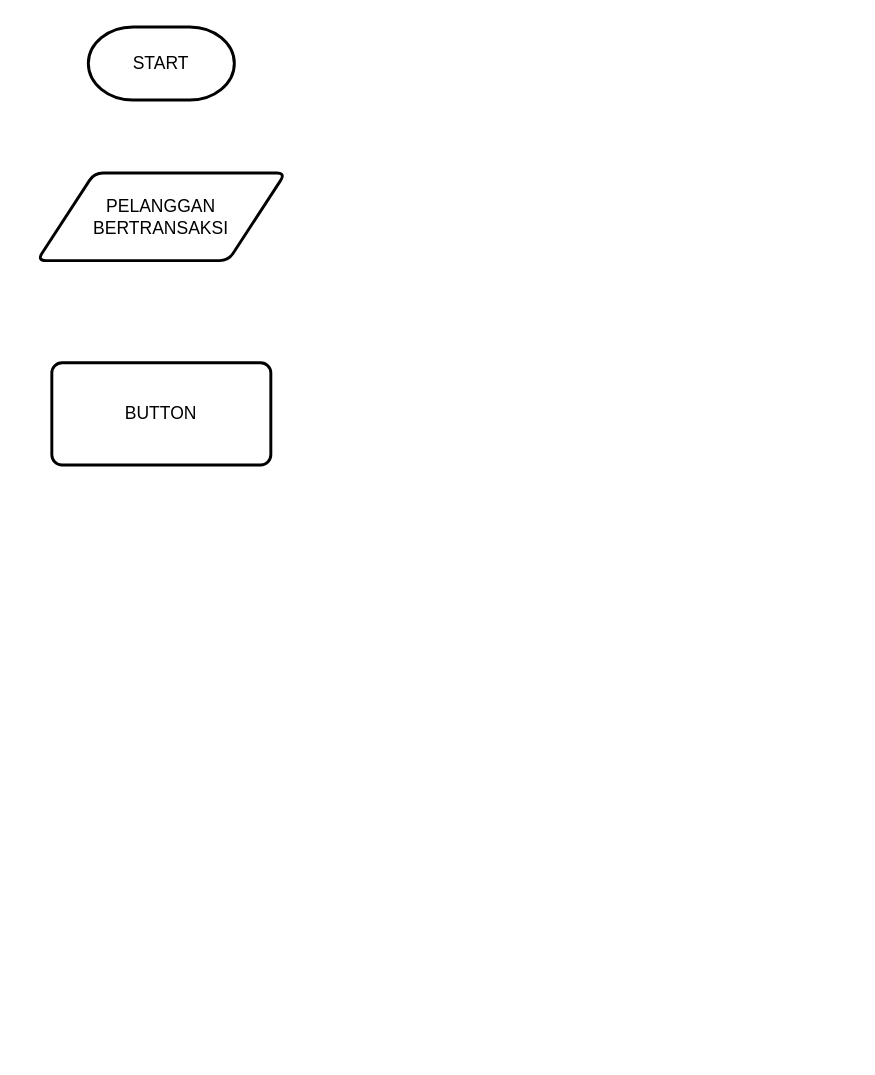
Above: page "Page-1" (1 of 2) of Puzzle Game.drawio in Ajisaax/Flowchart (draw.io), before the change. Source tidied: cells renumbered, new cells numbered last; positions are measured from the earlier drawing's top-left corner, leaving out a move shared by most shapes. Both pictures are drawn from the tidied source at 146%, with x=0, y=0 at pixel (36, 26).
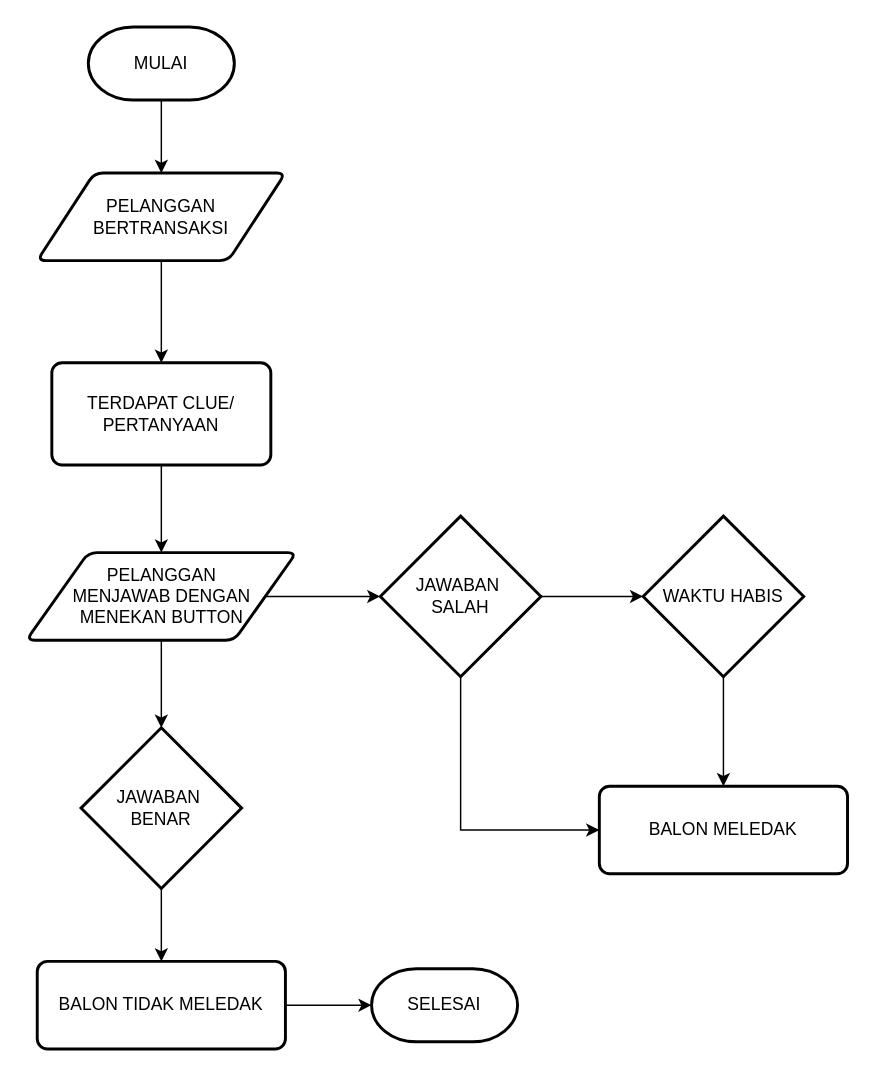
Above is the later version.

The change refers to these unchanged cells:
```xml
<mxCell id="4" value="PELANGGAN BERTRANSAKSI" style="shape=parallelogram;html=1;strokeWidth=2;perimeter=parallelogramPerimeter;whiteSpace=wrap;rounded=1;arcSize=12;size=0.23;" parent="1" vertex="1">
  <mxGeometry y="100" width="170" height="60" as="geometry" />
</mxCell>
```

Diff of the diagram source:
```diff
@@
+    <mxCell id="5" style="edgeStyle=orthogonalEdgeStyle;rounded=0;jettySize=auto;html=1;exitX=0.5;exitY=1;exitDx=0;exitDy=0;exitPerimeter=0;entryX=0.5;entryY=0;entryDx=0;entryDy=0;" parent="1" edge="1" source="2" target="4">
+      <mxGeometry relative="1" as="geometry" />
+    </mxCell>
-    <mxCell id="2" value="START&lt;br&gt;" style="strokeWidth=2;html=1;shape=mxgraph.flowchart.terminator;whiteSpace=wrap;" parent="1" vertex="1">
+    <mxCell id="2" value="MULAI" style="strokeWidth=2;html=1;shape=mxgraph.flowchart.terminator;whiteSpace=wrap;" parent="1" vertex="1">
       <mxGeometry x="35" width="100" height="50" as="geometry" />
     </mxCell>
+    <mxCell id="6" style="edgeStyle=orthogonalEdgeStyle;rounded=0;jettySize=auto;html=1;exitX=0.5;exitY=1;exitDx=0;exitDy=0;entryX=0.5;entryY=0;entryDx=0;entryDy=0;" parent="1" edge="1" source="3" target="8">
+      <mxGeometry relative="1" as="geometry" />
+    </mxCell>
-    <mxCell id="3" value="BUTTON" style="rounded=1;whiteSpace=wrap;html=1;absoluteArcSize=1;arcSize=14;strokeWidth=2;" parent="1" vertex="1">
+    <mxCell id="3" value="TERDAPAT CLUE/ PERTANYAAN" style="rounded=1;whiteSpace=wrap;html=1;absoluteArcSize=1;arcSize=14;strokeWidth=2;" parent="1" vertex="1">
       <mxGeometry x="10" y="230" width="150" height="70" as="geometry" />
     </mxCell>
+    <mxCell id="7" style="edgeStyle=orthogonalEdgeStyle;rounded=0;jettySize=auto;html=1;exitX=0.5;exitY=1;exitDx=0;exitDy=0;entryX=0.5;entryY=0;entryDx=0;entryDy=0;" parent="1" edge="1" source="4" target="3">
+      <mxGeometry relative="1" as="geometry" />
+    </mxCell>
@@
+    <mxCell id="8" value="PELANGGAN &lt;br&gt;MENJAWAB DENGAN MENEKAN BUTTON" style="shape=parallelogram;html=1;strokeWidth=2;perimeter=parallelogramPerimeter;whiteSpace=wrap;rounded=1;arcSize=12;size=0.23;" parent="1" vertex="1">
+      <mxGeometry x="-7.5" y="360" width="185" height="60" as="geometry" />
+    </mxCell>
+    <mxCell id="9" style="edgeStyle=orthogonalEdgeStyle;rounded=0;jettySize=auto;html=1;exitX=0.5;exitY=1;exitDx=0;exitDy=0;exitPerimeter=0;entryX=0.5;entryY=0;entryDx=0;entryDy=0;" parent="1" edge="1" source="10" target="16">
+      <mxGeometry relative="1" as="geometry" />
+    </mxCell>
+    <mxCell id="10" value="JAWABAN&amp;nbsp;&lt;br&gt;BENAR" style="strokeWidth=2;html=1;shape=mxgraph.flowchart.decision;whiteSpace=wrap;" parent="1" vertex="1">
+      <mxGeometry x="30" y="480" width="110" height="110" as="geometry" />
+    </mxCell>
+    <mxCell id="11" style="edgeStyle=orthogonalEdgeStyle;rounded=0;jettySize=auto;html=1;exitX=0.5;exitY=1;exitDx=0;exitDy=0;exitPerimeter=0;entryX=0;entryY=0.5;entryDx=0;entryDy=0;" parent="1" edge="1" source="12" target="17">
+      <mxGeometry relative="1" as="geometry" />
+    </mxCell>
+    <mxCell id="12" value="JAWABAN&amp;nbsp;&lt;br&gt;SALAH" style="strokeWidth=2;html=1;shape=mxgraph.flowchart.decision;whiteSpace=wrap;" parent="1" vertex="1">
+      <mxGeometry x="235" y="335" width="110" height="110" as="geometry" />
+    </mxCell>
+    <mxCell id="13" style="edgeStyle=orthogonalEdgeStyle;rounded=0;jettySize=auto;html=1;exitX=0.5;exitY=1;exitDx=0;exitDy=0;exitPerimeter=0;entryX=0.5;entryY=0;entryDx=0;entryDy=0;" parent="1" edge="1" source="14" target="17">
+      <mxGeometry relative="1" as="geometry" />
+    </mxCell>
+    <mxCell id="14" value="WAKTU HABIS" style="strokeWidth=2;html=1;shape=mxgraph.flowchart.decision;whiteSpace=wrap;" parent="1" vertex="1">
+      <mxGeometry x="415" y="335" width="110" height="110" as="geometry" />
+    </mxCell>
+    <mxCell id="15" style="edgeStyle=orthogonalEdgeStyle;rounded=0;jettySize=auto;html=1;exitX=1;exitY=0.5;exitDx=0;exitDy=0;" parent="1" edge="1" source="16" target="21">
+      <mxGeometry relative="1" as="geometry" />
+    </mxCell>
+    <mxCell id="16" value="BALON TIDAK MELEDAK" style="rounded=1;whiteSpace=wrap;html=1;absoluteArcSize=1;arcSize=14;strokeWidth=2;" parent="1" vertex="1">
+      <mxGeometry y="640" width="170" height="60" as="geometry" />
+    </mxCell>
+    <mxCell id="17" value="BALON MELEDAK" style="rounded=1;whiteSpace=wrap;html=1;absoluteArcSize=1;arcSize=14;strokeWidth=2;" parent="1" vertex="1">
+      <mxGeometry x="385" y="520" width="170" height="60" as="geometry" />
+    </mxCell>
+    <mxCell id="18" style="edgeStyle=orthogonalEdgeStyle;rounded=0;jettySize=auto;html=1;exitX=1;exitY=0.5;exitDx=0;exitDy=0;exitPerimeter=0;entryX=0;entryY=0.5;entryDx=0;entryDy=0;entryPerimeter=0;" parent="1" edge="1" source="12" target="14">
+      <mxGeometry relative="1" as="geometry" />
+    </mxCell>
+    <mxCell id="19" style="edgeStyle=orthogonalEdgeStyle;rounded=0;jettySize=auto;html=1;exitX=1;exitY=0.5;exitDx=0;exitDy=0;entryX=0;entryY=0.5;entryDx=0;entryDy=0;entryPerimeter=0;" parent="1" edge="1" source="8" target="12">
+      <mxGeometry relative="1" as="geometry" />
+    </mxCell>
+    <mxCell id="20" style="edgeStyle=orthogonalEdgeStyle;rounded=0;jettySize=auto;html=1;exitX=0.5;exitY=1;exitDx=0;exitDy=0;entryX=0.5;entryY=0;entryDx=0;entryDy=0;entryPerimeter=0;" parent="1" edge="1" source="8" target="10">
+      <mxGeometry relative="1" as="geometry" />
+    </mxCell>
+    <mxCell id="21" value="SELESAI" style="strokeWidth=2;html=1;shape=mxgraph.flowchart.terminator;whiteSpace=wrap;" parent="1" vertex="1">
+      <mxGeometry x="229" y="645" width="100" height="50" as="geometry" />
+    </mxCell>
```
